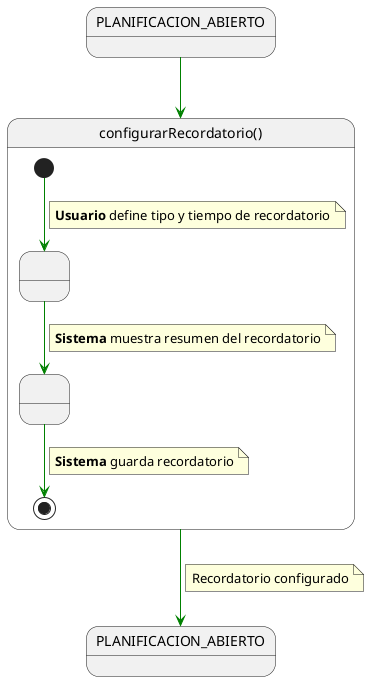
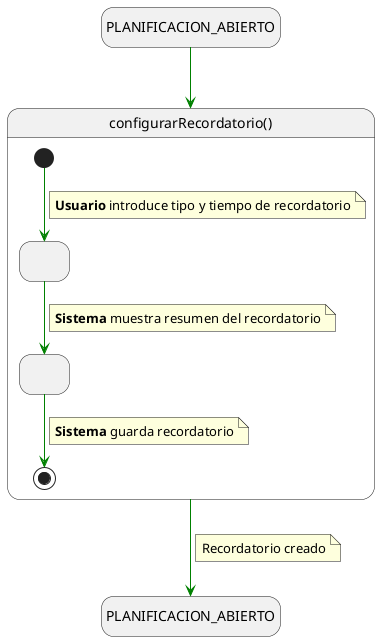
@startuml configurarRecordatorio

+ hide empty description
skinparam linetype polyline

state in1 as "PLANIFICACION_ABIERTO"
in1 -[#green]-> configurarRecordatorio

state configurarRecordatorio as "configurarRecordatorio()" {

-     state " " as DefiniendoRecordatorio
-     state " " as ConfirmandoRecordatorio
+     state DefiniendoRecordatorio as " "
+     state ConfirmandoRecordatorio as " "

    [*] -[#green]-> DefiniendoRecordatorio
    note on link
-     <b>Usuario</b> define tipo y tiempo de recordatorio
+         <b>Usuario</b> introduce tipo y tiempo de recordatorio
    end note

    DefiniendoRecordatorio -[#green]-> ConfirmandoRecordatorio
    note on link
-     <b>Sistema</b> muestra resumen del recordatorio
+         <b>Sistema</b> muestra resumen del recordatorio
    end note

    ConfirmandoRecordatorio -[#green]-> [*]
    note on link
-     <b>Sistema</b> guarda recordatorio
+         <b>Sistema</b> guarda recordatorio
    end note
}

configurarRecordatorio -[#green]-> PLANIFICACION_ABIERTO
note on link
- Recordatorio configurado
+     Recordatorio creado
end note

@enduml
